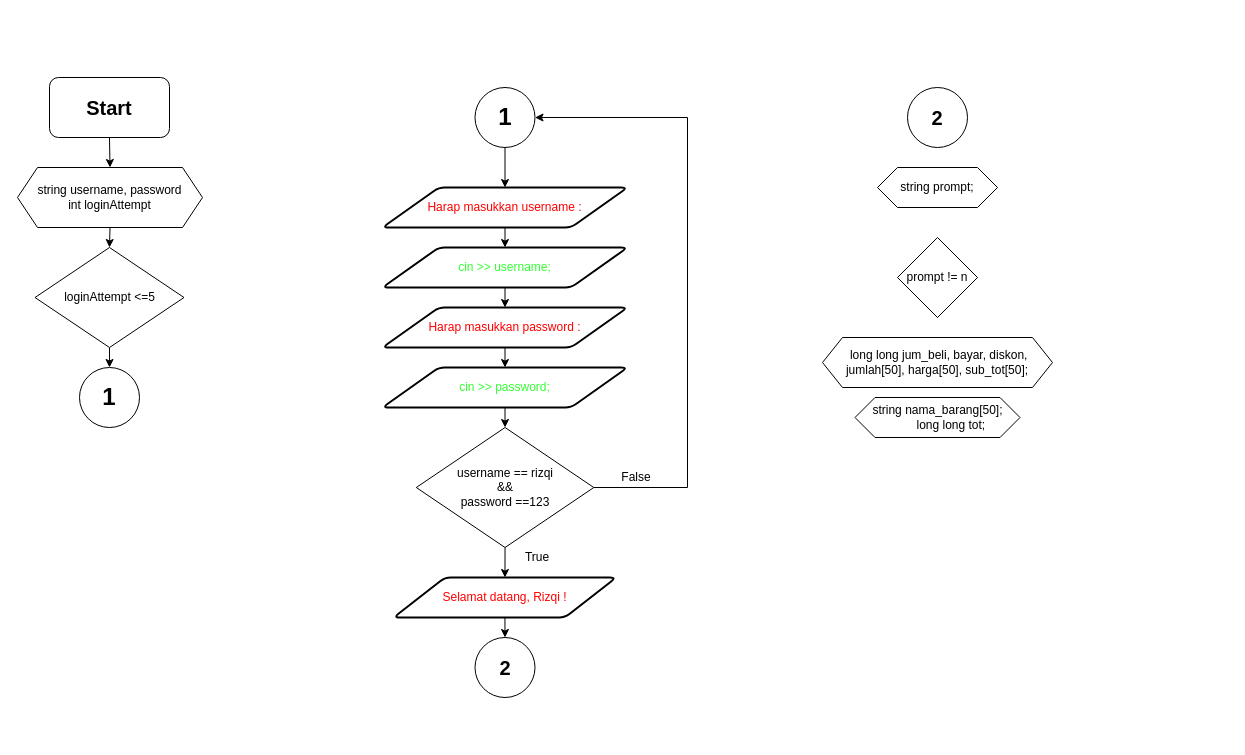
Above: Pemrograman Dasar/UAS/Untitled Diagram.drawio in Rizqirazkafi/Kuliah (draw.io), before the change. Source tidied: cells renumbered, new cells numbered last; positions are measured from the earlier drawing's top-left corner, leaving out a move shared by most shapes. Both pictures are drawn from the tidied source at 100%, with x=0, y=0 at pixel (17, 77).
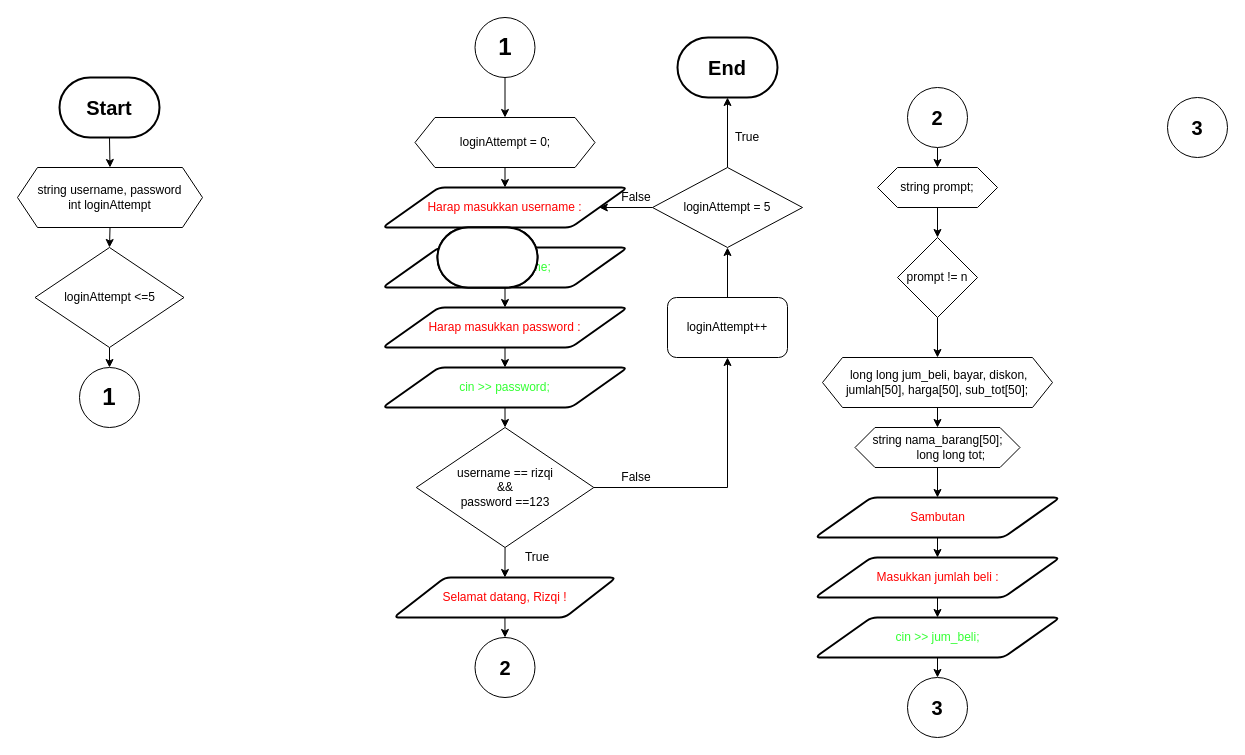
Above is the later version.

Unchanged cells that the change refers to:
```xml
<mxCell id="5" value="&lt;div&gt;string username, password&lt;/div&gt;&lt;div&gt;int loginAttempt&lt;br&gt;&lt;/div&gt;" style="shape=hexagon;perimeter=hexagonPerimeter2;whiteSpace=wrap;html=1;fixedSize=1;" parent="1" vertex="1">
  <mxGeometry y="90" width="185" height="60" as="geometry" />
</mxCell>
<mxCell id="10" value="&lt;font color=&quot;#FF0000&quot;&gt;Harap masukkan username :&lt;/font&gt;" style="shape=parallelogram;html=1;strokeWidth=2;perimeter=parallelogramPerimeter;whiteSpace=wrap;rounded=1;arcSize=12;size=0.23;" parent="1" vertex="1">
  <mxGeometry x="365" y="110" width="245" height="40" as="geometry" />
</mxCell>
<mxCell id="19" value="&lt;div&gt;username == rizqi &lt;br&gt;&lt;/div&gt;&lt;div&gt;&amp;amp;&amp;amp;&lt;/div&gt;&lt;div&gt; password ==123&lt;/div&gt;" style="rhombus;whiteSpace=wrap;html=1;" parent="1" vertex="1">
  <mxGeometry x="398.8" y="350" width="177.5" height="120" as="geometry" />
</mxCell>
<mxCell id="25" value="&lt;b&gt;&lt;font style=&quot;font-size: 20px&quot;&gt;2&lt;/font&gt;&lt;/b&gt;" style="ellipse;whiteSpace=wrap;html=1;" parent="1" vertex="1">
  <mxGeometry x="890" y="10" width="60" height="60" as="geometry" />
</mxCell>
<mxCell id="26" value="string prompt;" style="shape=hexagon;perimeter=hexagonPerimeter2;whiteSpace=wrap;html=1;fixedSize=1;" parent="1" vertex="1">
  <mxGeometry x="860" y="90" width="120" height="40" as="geometry" />
</mxCell>
<mxCell id="27" value="prompt != n" style="rhombus;whiteSpace=wrap;html=1;" parent="1" vertex="1">
  <mxGeometry x="880" y="160" width="80" height="80" as="geometry" />
</mxCell>
```

The edit, as a diff of the source:
```diff
@@
-    <mxCell id="2" style="edgeStyle=orthogonalEdgeStyle;rounded=0;jettySize=auto;html=1;exitX=0.5;exitY=1;exitDx=0;exitDy=0;entryX=0.5;entryY=0;entryDx=0;entryDy=0;" parent="1" edge="1" source="3" target="5">
-      <mxGeometry relative="1" as="geometry" />
+    <mxCell id="2" style="edgeStyle=orthogonalEdgeStyle;rounded=0;jettySize=auto;html=1;exitX=0.5;exitY=1;exitDx=0;exitDy=0;entryX=0.5;entryY=0;entryDx=0;entryDy=0;" parent="1" edge="1" target="5">
+      <mxGeometry relative="1" as="geometry">
+        <mxPoint x="92" y="60" as="sourcePoint" />
+      </mxGeometry>
     </mxCell>
-    <mxCell id="3" value="&lt;b&gt;&lt;font style=&quot;font-size: 20px&quot;&gt;Start&lt;/font&gt;&lt;/b&gt;" style="rounded=1;whiteSpace=wrap;html=1;" parent="1" vertex="1">
-      <mxGeometry x="32" width="120" height="60" as="geometry" />
-    </mxCell>
@@
-    <mxCell id="17" style="edgeStyle=orthogonalEdgeStyle;rounded=0;jettySize=auto;html=1;exitX=1;exitY=0.5;exitDx=0;exitDy=0;entryX=1;entryY=0.5;entryDx=0;entryDy=0;" parent="1" edge="1" source="19" target="23">
-      <mxGeometry relative="1" as="geometry">
-        <Array as="points">
-          <mxPoint x="670" y="410" />
-          <mxPoint x="670" y="40" />
-        </Array>
-      </mxGeometry>
-    </mxCell>
@@
+    <mxCell id="32" style="edgeStyle=orthogonalEdgeStyle;rounded=0;jettySize=auto;html=1;exitX=1;exitY=0.5;exitDx=0;exitDy=0;" parent="1" edge="1" source="19" target="42">
+      <mxGeometry relative="1" as="geometry" />
+    </mxCell>
@@
-    <mxCell id="22" style="edgeStyle=orthogonalEdgeStyle;rounded=0;jettySize=auto;html=1;exitX=0.5;exitY=1;exitDx=0;exitDy=0;" parent="1" edge="1" source="23" target="10">
-      <mxGeometry relative="1" as="geometry" />
-    </mxCell>
+    <mxCell id="33" style="edgeStyle=orthogonalEdgeStyle;rounded=0;jettySize=auto;html=1;exitX=0.5;exitY=1;exitDx=0;exitDy=0;" parent="1" edge="1" source="23" target="40">
+      <mxGeometry relative="1" as="geometry" />
+    </mxCell>
     <mxCell id="23" value="&lt;b&gt;&lt;font style=&quot;font-size: 24px&quot;&gt;1&lt;/font&gt;&lt;/b&gt;" style="ellipse;whiteSpace=wrap;html=1;" parent="1" vertex="1">
-      <mxGeometry x="457.5" y="10" width="60" height="60" as="geometry" />
+      <mxGeometry x="457.5" y="-60" width="60" height="60" as="geometry" />
     </mxCell>
@@
+    <mxCell id="34" style="edgeStyle=orthogonalEdgeStyle;rounded=0;jettySize=auto;html=1;exitX=0.5;exitY=1;exitDx=0;exitDy=0;entryX=0.5;entryY=0;entryDx=0;entryDy=0;" parent="1" edge="1" source="25" target="26">
+      <mxGeometry relative="1" as="geometry" />
+    </mxCell>
@@
+    <mxCell id="35" style="edgeStyle=orthogonalEdgeStyle;rounded=0;jettySize=auto;html=1;" parent="1" edge="1" source="26" target="27">
+      <mxGeometry relative="1" as="geometry" />
+    </mxCell>
@@
+    <mxCell id="36" style="edgeStyle=orthogonalEdgeStyle;rounded=0;jettySize=auto;html=1;exitX=0.5;exitY=1;exitDx=0;exitDy=0;entryX=0.5;entryY=0;entryDx=0;entryDy=0;" parent="1" edge="1" source="27" target="28">
+      <mxGeometry relative="1" as="geometry" />
+    </mxCell>
@@
+    <mxCell id="37" style="edgeStyle=orthogonalEdgeStyle;rounded=0;jettySize=auto;html=1;exitX=0.5;exitY=1;exitDx=0;exitDy=0;entryX=0.5;entryY=0;entryDx=0;entryDy=0;" parent="1" edge="1" source="28" target="29">
+      <mxGeometry relative="1" as="geometry" />
+    </mxCell>
     <mxCell id="28" value="&amp;nbsp;long long jum_beli, bayar, diskon, jumlah[50], harga[50], sub_tot[50];" style="shape=hexagon;perimeter=hexagonPerimeter2;whiteSpace=wrap;html=1;fixedSize=1;" parent="1" vertex="1">
-      <mxGeometry x="805" y="260" width="230" height="50" as="geometry" />
+      <mxGeometry x="805" y="280" width="230" height="50" as="geometry" />
     </mxCell>
+    <mxCell id="38" style="edgeStyle=orthogonalEdgeStyle;rounded=0;jettySize=auto;html=1;exitX=0.5;exitY=1;exitDx=0;exitDy=0;entryX=0.5;entryY=0;entryDx=0;entryDy=0;" parent="1" edge="1" source="29" target="51">
+      <mxGeometry relative="1" as="geometry" />
+    </mxCell>
     <mxCell id="29" value="string nama_barang[50];&lt;br&gt;&amp;nbsp;&amp;nbsp;&amp;nbsp;&amp;nbsp;&amp;nbsp;&amp;nbsp;&amp;nbsp; long long tot;" style="shape=hexagon;perimeter=hexagonPerimeter2;whiteSpace=wrap;html=1;fixedSize=1;" parent="1" vertex="1">
-      <mxGeometry x="837.5" y="320" width="165" height="40" as="geometry" />
+      <mxGeometry x="837.5" y="350" width="165" height="40" as="geometry" />
     </mxCell>
@@
+    <mxCell id="39" style="edgeStyle=orthogonalEdgeStyle;rounded=0;jettySize=auto;html=1;exitX=0.5;exitY=1;exitDx=0;exitDy=0;entryX=0.5;entryY=0;entryDx=0;entryDy=0;" parent="1" edge="1" source="40" target="10">
+      <mxGeometry relative="1" as="geometry" />
+    </mxCell>
+    <mxCell id="40" value="loginAttempt = 0;" style="shape=hexagon;perimeter=hexagonPerimeter2;whiteSpace=wrap;html=1;fixedSize=1;" parent="1" vertex="1">
+      <mxGeometry x="397.5" y="40" width="180" height="50" as="geometry" />
+    </mxCell>
+    <mxCell id="41" style="edgeStyle=orthogonalEdgeStyle;rounded=0;jettySize=auto;html=1;" parent="1" edge="1" source="42" target="45">
+      <mxGeometry relative="1" as="geometry" />
+    </mxCell>
+    <mxCell id="42" value="loginAttempt++" style="rounded=1;whiteSpace=wrap;html=1;" parent="1" vertex="1">
+      <mxGeometry x="650" y="220" width="120" height="60" as="geometry" />
+    </mxCell>
+    <mxCell id="43" style="edgeStyle=orthogonalEdgeStyle;rounded=0;jettySize=auto;html=1;exitX=0;exitY=0.5;exitDx=0;exitDy=0;" parent="1" edge="1" source="45" target="10">
+      <mxGeometry relative="1" as="geometry" />
+    </mxCell>
+    <mxCell id="44" style="edgeStyle=orthogonalEdgeStyle;rounded=0;jettySize=auto;html=1;exitX=0.5;exitY=0;exitDx=0;exitDy=0;entryX=0.5;entryY=1;entryDx=0;entryDy=0;entryPerimeter=0;" parent="1" edge="1" source="45" target="57">
+      <mxGeometry relative="1" as="geometry" />
+    </mxCell>
+    <mxCell id="45" value="loginAttempt = 5" style="rhombus;whiteSpace=wrap;html=1;" parent="1" vertex="1">
+      <mxGeometry x="635" y="90" width="150" height="80" as="geometry" />
+    </mxCell>
+    <mxCell id="46" value="True" style="text;html=1;strokeColor=none;fillColor=none;align=center;verticalAlign=middle;whiteSpace=wrap;rounded=0;" parent="1" vertex="1">
+      <mxGeometry x="710" y="50" width="40" height="20" as="geometry" />
+    </mxCell>
+    <mxCell id="47" value="False" style="text;html=1;strokeColor=none;fillColor=none;align=center;verticalAlign=middle;whiteSpace=wrap;rounded=0;" parent="1" vertex="1">
+      <mxGeometry x="598.8" y="110" width="40" height="20" as="geometry" />
+    </mxCell>
+    <mxCell id="48" style="edgeStyle=orthogonalEdgeStyle;rounded=0;jettySize=auto;html=1;exitX=0.5;exitY=1;exitDx=0;exitDy=0;entryX=0.5;entryY=0;entryDx=0;entryDy=0;" parent="1" edge="1" source="49" target="54">
+      <mxGeometry relative="1" as="geometry" />
+    </mxCell>
+    <mxCell id="49" value="&lt;font color=&quot;#33FF33&quot;&gt;cin &amp;gt;&amp;gt; jum_beli;&lt;/font&gt;" style="shape=parallelogram;html=1;strokeWidth=2;perimeter=parallelogramPerimeter;whiteSpace=wrap;rounded=1;arcSize=12;size=0.23;" parent="1" vertex="1">
+      <mxGeometry x="797.5" y="540" width="245" height="40" as="geometry" />
+    </mxCell>
+    <mxCell id="50" style="edgeStyle=orthogonalEdgeStyle;rounded=0;jettySize=auto;html=1;exitX=0.5;exitY=1;exitDx=0;exitDy=0;entryX=0.5;entryY=0;entryDx=0;entryDy=0;" parent="1" edge="1" source="51" target="53">
+      <mxGeometry relative="1" as="geometry" />
+    </mxCell>
+    <mxCell id="51" value="&lt;font color=&quot;#FF0000&quot;&gt;Sambutan&lt;/font&gt;" style="shape=parallelogram;html=1;strokeWidth=2;perimeter=parallelogramPerimeter;whiteSpace=wrap;rounded=1;arcSize=12;size=0.23;" parent="1" vertex="1">
+      <mxGeometry x="797.5" y="420" width="245" height="40" as="geometry" />
+    </mxCell>
+    <mxCell id="52" style="edgeStyle=orthogonalEdgeStyle;rounded=0;jettySize=auto;html=1;exitX=0.5;exitY=1;exitDx=0;exitDy=0;entryX=0.5;entryY=0;entryDx=0;entryDy=0;" parent="1" edge="1" source="53" target="49">
+      <mxGeometry relative="1" as="geometry" />
+    </mxCell>
+    <mxCell id="53" value="&lt;font color=&quot;#FF0000&quot;&gt;Masukkan jumlah beli : &lt;/font&gt;" style="shape=parallelogram;html=1;strokeWidth=2;perimeter=parallelogramPerimeter;whiteSpace=wrap;rounded=1;arcSize=12;size=0.23;" parent="1" vertex="1">
+      <mxGeometry x="797.5" y="480" width="245" height="40" as="geometry" />
+    </mxCell>
+    <mxCell id="54" value="&lt;b&gt;&lt;font style=&quot;font-size: 20px&quot;&gt;3&lt;/font&gt;&lt;/b&gt;" style="ellipse;whiteSpace=wrap;html=1;" parent="1" vertex="1">
+      <mxGeometry x="890" y="600" width="60" height="60" as="geometry" />
+    </mxCell>
+    <mxCell id="55" style="strokeWidth=2;html=1;shape=mxgraph.flowchart.terminator;whiteSpace=wrap;" parent="1" vertex="1">
+      <mxGeometry x="420" y="150" width="100" height="60" as="geometry" />
+    </mxCell>
+    <mxCell id="56" style="strokeWidth=2;html=1;shape=mxgraph.flowchart.terminator;whiteSpace=wrap;" parent="1" vertex="1">
+      <mxGeometry x="420" y="150" width="100" height="60" as="geometry" />
+    </mxCell>
+    <mxCell id="3" value="&lt;b&gt;&lt;font style=&quot;font-size: 20px&quot;&gt;Start&lt;/font&gt;&lt;/b&gt;" style="strokeWidth=2;html=1;shape=mxgraph.flowchart.terminator;whiteSpace=wrap;" parent="1" vertex="1">
+      <mxGeometry x="42" width="100" height="60" as="geometry" />
+    </mxCell>
+    <mxCell id="57" value="&lt;b&gt;&lt;font style=&quot;font-size: 20px&quot;&gt;End&lt;/font&gt;&lt;/b&gt;" style="strokeWidth=2;html=1;shape=mxgraph.flowchart.terminator;whiteSpace=wrap;" parent="1" vertex="1">
+      <mxGeometry x="660" y="-40" width="100" height="60" as="geometry" />
+    </mxCell>
+    <mxCell id="58" value="&lt;b&gt;&lt;font style=&quot;font-size: 20px&quot;&gt;3&lt;/font&gt;&lt;/b&gt;" style="ellipse;whiteSpace=wrap;html=1;" parent="1" vertex="1">
+      <mxGeometry x="1150" y="20" width="60" height="60" as="geometry" />
+    </mxCell>
```
